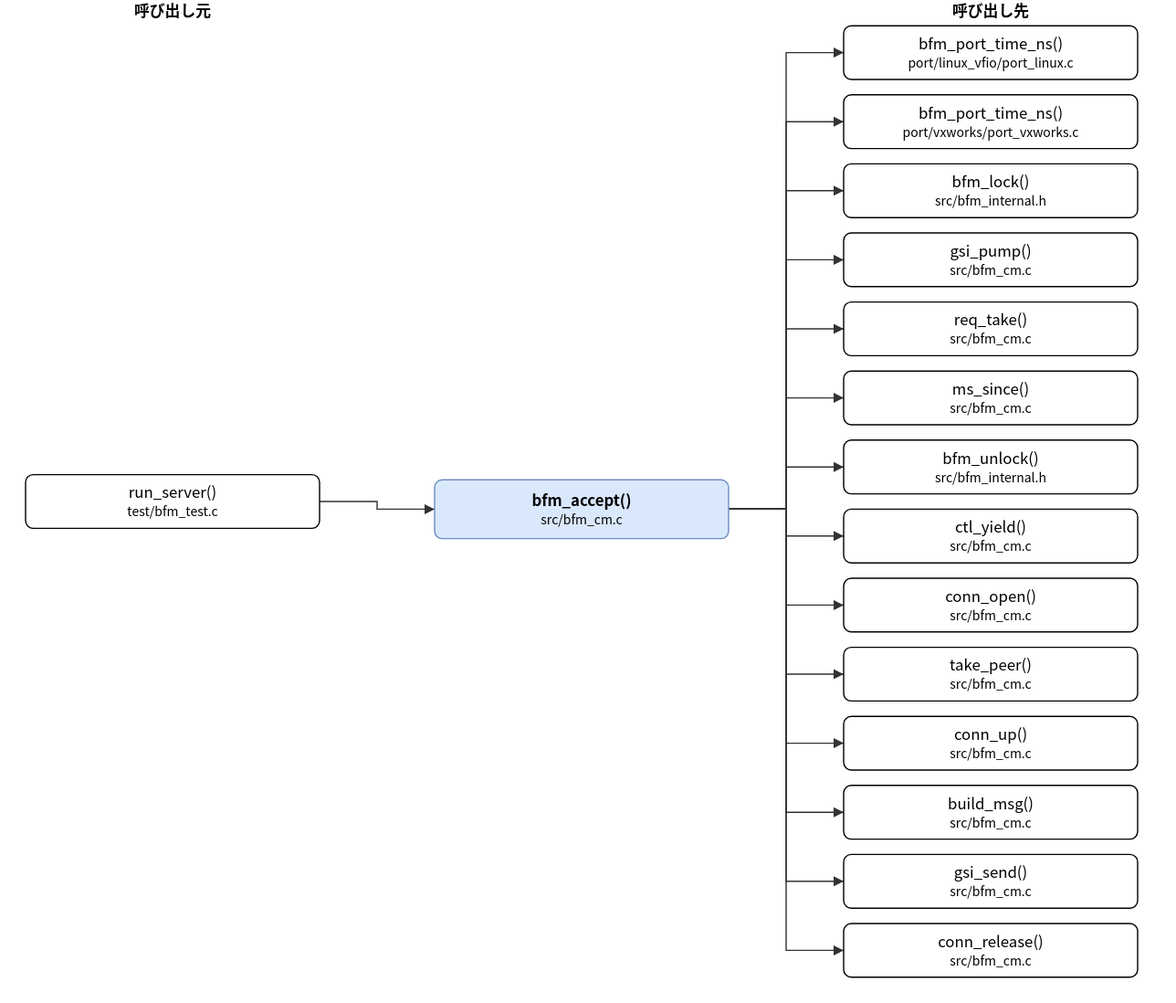
Earlier version of the draw.io export doc/spec/images/call_src_bfm_cm-bfm_accept.drawio.svg (hf355051012-ai/bfmem). Source tidied: cells renumbered, new cells last; positions are measured from the earlier drawing's top-left corner, leaving out a move shared by most shapes.
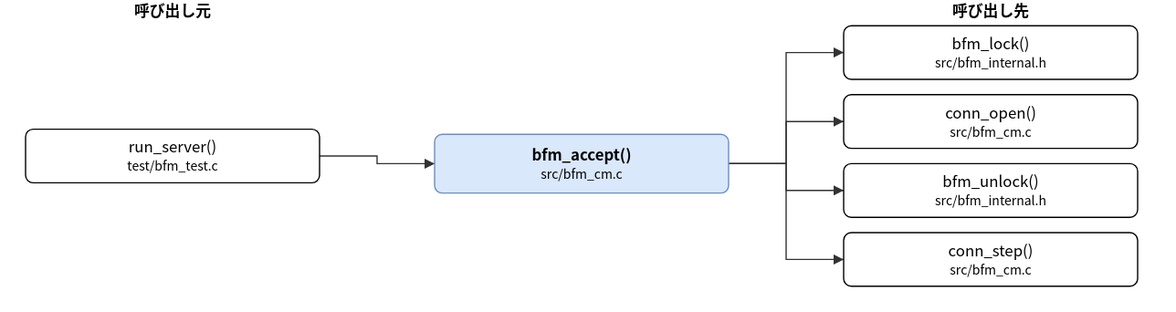
After the change.

Change to the diagram source:
```diff
@@ -3,65 +3,35 @@
     <mxCell id="0" />
     <mxCell id="1" parent="0" />
     <mxCell id="2" value="bfm_accept()&lt;br&gt;&lt;font style=&quot;font-size:10px&quot;&gt;src/bfm_cm.c&lt;/font&gt;" style="rounded=1;whiteSpace=wrap;html=1;fillColor=#dae8fc;strokeColor=#6c8ebf;fontStyle=1;" parent="1" vertex="1">
-      <mxGeometry x="320" y="375" width="230" height="46" as="geometry" />
+      <mxGeometry x="320" y="105" width="230" height="46" as="geometry" />
     </mxCell>
     <mxCell id="3" value="run_server()&lt;br&gt;&lt;font style=&quot;font-size:10px&quot;&gt;test/bfm_test.c&lt;/font&gt;" style="rounded=1;whiteSpace=wrap;html=1;" parent="1" vertex="1">
-      <mxGeometry y="371" width="230" height="42" as="geometry" />
+      <mxGeometry y="101" width="230" height="42" as="geometry" />
     </mxCell>
-    <mxCell id="4" value="bfm_port_time_ns()&lt;br&gt;&lt;font style=&quot;font-size:10px&quot;&gt;port/linux_vfio/port_linux.c&lt;/font&gt;" style="rounded=1;whiteSpace=wrap;html=1;" parent="1" vertex="1">
+    <mxCell id="4" value="bfm_lock()&lt;br&gt;&lt;font style=&quot;font-size:10px&quot;&gt;src/bfm_internal.h&lt;/font&gt;" style="rounded=1;whiteSpace=wrap;html=1;" parent="1" vertex="1">
       <mxGeometry x="640" y="20" width="230" height="42" as="geometry" />
     </mxCell>
-    <mxCell id="5" value="bfm_port_time_ns()&lt;br&gt;&lt;font style=&quot;font-size:10px&quot;&gt;port/vxworks/port_vxworks.c&lt;/font&gt;" style="rounded=1;whiteSpace=wrap;html=1;" parent="1" vertex="1">
+    <mxCell id="5" value="conn_open()&lt;br&gt;&lt;font style=&quot;font-size:10px&quot;&gt;src/bfm_cm.c&lt;/font&gt;" style="rounded=1;whiteSpace=wrap;html=1;" parent="1" vertex="1">
       <mxGeometry x="640" y="74" width="230" height="42" as="geometry" />
     </mxCell>
-    <mxCell id="6" value="bfm_lock()&lt;br&gt;&lt;font style=&quot;font-size:10px&quot;&gt;src/bfm_internal.h&lt;/font&gt;" style="rounded=1;whiteSpace=wrap;html=1;" parent="1" vertex="1">
+    <mxCell id="6" value="bfm_unlock()&lt;br&gt;&lt;font style=&quot;font-size:10px&quot;&gt;src/bfm_internal.h&lt;/font&gt;" style="rounded=1;whiteSpace=wrap;html=1;" parent="1" vertex="1">
       <mxGeometry x="640" y="128" width="230" height="42" as="geometry" />
     </mxCell>
-    <mxCell id="7" value="gsi_pump()&lt;br&gt;&lt;font style=&quot;font-size:10px&quot;&gt;src/bfm_cm.c&lt;/font&gt;" style="rounded=1;whiteSpace=wrap;html=1;" parent="1" vertex="1">
+    <mxCell id="7" value="conn_step()&lt;br&gt;&lt;font style=&quot;font-size:10px&quot;&gt;src/bfm_cm.c&lt;/font&gt;" style="rounded=1;whiteSpace=wrap;html=1;" parent="1" vertex="1">
       <mxGeometry x="640" y="182" width="230" height="42" as="geometry" />
     </mxCell>
-    <mxCell id="8" value="req_take()&lt;br&gt;&lt;font style=&quot;font-size:10px&quot;&gt;src/bfm_cm.c&lt;/font&gt;" style="rounded=1;whiteSpace=wrap;html=1;" parent="1" vertex="1">
-      <mxGeometry x="640" y="236" width="230" height="42" as="geometry" />
-    </mxCell>
-    <mxCell id="9" value="ms_since()&lt;br&gt;&lt;font style=&quot;font-size:10px&quot;&gt;src/bfm_cm.c&lt;/font&gt;" style="rounded=1;whiteSpace=wrap;html=1;" parent="1" vertex="1">
-      <mxGeometry x="640" y="290" width="230" height="42" as="geometry" />
-    </mxCell>
-    <mxCell id="10" value="bfm_unlock()&lt;br&gt;&lt;font style=&quot;font-size:10px&quot;&gt;src/bfm_internal.h&lt;/font&gt;" style="rounded=1;whiteSpace=wrap;html=1;" parent="1" vertex="1">
-      <mxGeometry x="640" y="344" width="230" height="42" as="geometry" />
-    </mxCell>
-    <mxCell id="11" value="ctl_yield()&lt;br&gt;&lt;font style=&quot;font-size:10px&quot;&gt;src/bfm_cm.c&lt;/font&gt;" style="rounded=1;whiteSpace=wrap;html=1;" parent="1" vertex="1">
-      <mxGeometry x="640" y="398" width="230" height="42" as="geometry" />
-    </mxCell>
-    <mxCell id="12" value="conn_open()&lt;br&gt;&lt;font style=&quot;font-size:10px&quot;&gt;src/bfm_cm.c&lt;/font&gt;" style="rounded=1;whiteSpace=wrap;html=1;" parent="1" vertex="1">
-      <mxGeometry x="640" y="452" width="230" height="42" as="geometry" />
-    </mxCell>
-    <mxCell id="13" value="take_peer()&lt;br&gt;&lt;font style=&quot;font-size:10px&quot;&gt;src/bfm_cm.c&lt;/font&gt;" style="rounded=1;whiteSpace=wrap;html=1;" parent="1" vertex="1">
-      <mxGeometry x="640" y="506" width="230" height="42" as="geometry" />
-    </mxCell>
-    <mxCell id="14" value="conn_up()&lt;br&gt;&lt;font style=&quot;font-size:10px&quot;&gt;src/bfm_cm.c&lt;/font&gt;" style="rounded=1;whiteSpace=wrap;html=1;" parent="1" vertex="1">
-      <mxGeometry x="640" y="560" width="230" height="42" as="geometry" />
-    </mxCell>
-    <mxCell id="15" value="build_msg()&lt;br&gt;&lt;font style=&quot;font-size:10px&quot;&gt;src/bfm_cm.c&lt;/font&gt;" style="rounded=1;whiteSpace=wrap;html=1;" parent="1" vertex="1">
-      <mxGeometry x="640" y="614" width="230" height="42" as="geometry" />
-    </mxCell>
-    <mxCell id="16" value="gsi_send()&lt;br&gt;&lt;font style=&quot;font-size:10px&quot;&gt;src/bfm_cm.c&lt;/font&gt;" style="rounded=1;whiteSpace=wrap;html=1;" parent="1" vertex="1">
-      <mxGeometry x="640" y="668" width="230" height="42" as="geometry" />
-    </mxCell>
-    <mxCell id="17" value="conn_release()&lt;br&gt;&lt;font style=&quot;font-size:10px&quot;&gt;src/bfm_cm.c&lt;/font&gt;" style="rounded=1;whiteSpace=wrap;html=1;" parent="1" vertex="1">
-      <mxGeometry x="640" y="722" width="230" height="42" as="geometry" />
-    </mxCell>
     <mxCell id="18" style="edgeStyle=none;html=1;rounded=0;endArrow=block;endFill=1;exitX=1.0000;exitY=0.5000;exitDx=0;exitDy=0;exitPerimeter=0;entryX=0.0000;entryY=0.5000;entryDx=0;entryDy=0;entryPerimeter=0;" parent="1" edge="1" source="3" target="2">
       <mxGeometry relative="1" as="geometry">
         <Array as="points">
-          <mxPoint x="275" y="392" />
-          <mxPoint x="275" y="398" />
+          <mxPoint x="275" y="122" />
+          <mxPoint x="275" y="128" />
         </Array>
       </mxGeometry>
     </mxCell>
     <mxCell id="19" style="edgeStyle=none;html=1;rounded=0;endArrow=block;endFill=1;exitX=1.0000;exitY=0.5000;exitDx=0;exitDy=0;exitPerimeter=0;entryX=0.0000;entryY=0.5000;entryDx=0;entryDy=0;entryPerimeter=0;" parent="1" edge="1" source="2" target="4">
       <mxGeometry relative="1" as="geometry">
         <Array as="points">
-          <mxPoint x="595" y="398" />
+          <mxPoint x="595" y="128" />
           <mxPoint x="595" y="41" />
         </Array>
       </mxGeometry>
@@ -69,7 +39,7 @@
     <mxCell id="20" style="edgeStyle=none;html=1;rounded=0;endArrow=block;endFill=1;exitX=1.0000;exitY=0.5000;exitDx=0;exitDy=0;exitPerimeter=0;entryX=0.0000;entryY=0.5000;entryDx=0;entryDy=0;entryPerimeter=0;" parent="1" edge="1" source="2" target="5">
       <mxGeometry relative="1" as="geometry">
         <Array as="points">
-          <mxPoint x="595" y="398" />
+          <mxPoint x="595" y="128" />
           <mxPoint x="595" y="95" />
         </Array>
       </mxGeometry>
@@ -77,7 +47,7 @@
     <mxCell id="21" style="edgeStyle=none;html=1;rounded=0;endArrow=block;endFill=1;exitX=1.0000;exitY=0.5000;exitDx=0;exitDy=0;exitPerimeter=0;entryX=0.0000;entryY=0.5000;entryDx=0;entryDy=0;entryPerimeter=0;" parent="1" edge="1" source="2" target="6">
       <mxGeometry relative="1" as="geometry">
         <Array as="points">
-          <mxPoint x="595" y="398" />
+          <mxPoint x="595" y="128" />
           <mxPoint x="595" y="149" />
         </Array>
       </mxGeometry>
@@ -85,91 +55,11 @@
     <mxCell id="22" style="edgeStyle=none;html=1;rounded=0;endArrow=block;endFill=1;exitX=1.0000;exitY=0.5000;exitDx=0;exitDy=0;exitPerimeter=0;entryX=0.0000;entryY=0.5000;entryDx=0;entryDy=0;entryPerimeter=0;" parent="1" edge="1" source="2" target="7">
       <mxGeometry relative="1" as="geometry">
         <Array as="points">
-          <mxPoint x="595" y="398" />
+          <mxPoint x="595" y="128" />
           <mxPoint x="595" y="203" />
         </Array>
       </mxGeometry>
     </mxCell>
-    <mxCell id="23" style="edgeStyle=none;html=1;rounded=0;endArrow=block;endFill=1;exitX=1.0000;exitY=0.5000;exitDx=0;exitDy=0;exitPerimeter=0;entryX=0.0000;entryY=0.5000;entryDx=0;entryDy=0;entryPerimeter=0;" parent="1" edge="1" source="2" target="8">
-      <mxGeometry relative="1" as="geometry">
-        <Array as="points">
-          <mxPoint x="595" y="398" />
-          <mxPoint x="595" y="257" />
-        </Array>
-      </mxGeometry>
-    </mxCell>
-    <mxCell id="24" style="edgeStyle=none;html=1;rounded=0;endArrow=block;endFill=1;exitX=1.0000;exitY=0.5000;exitDx=0;exitDy=0;exitPerimeter=0;entryX=0.0000;entryY=0.5000;entryDx=0;entryDy=0;entryPerimeter=0;" parent="1" edge="1" source="2" target="9">
-      <mxGeometry relative="1" as="geometry">
-        <Array as="points">
-          <mxPoint x="595" y="398" />
-          <mxPoint x="595" y="311" />
-        </Array>
-      </mxGeometry>
-    </mxCell>
-    <mxCell id="25" style="edgeStyle=none;html=1;rounded=0;endArrow=block;endFill=1;exitX=1.0000;exitY=0.5000;exitDx=0;exitDy=0;exitPerimeter=0;entryX=0.0000;entryY=0.5000;entryDx=0;entryDy=0;entryPerimeter=0;" parent="1" edge="1" source="2" target="10">
-      <mxGeometry relative="1" as="geometry">
-        <Array as="points">
-          <mxPoint x="595" y="398" />
-          <mxPoint x="595" y="365" />
-        </Array>
-      </mxGeometry>
-    </mxCell>
-    <mxCell id="26" style="edgeStyle=none;html=1;rounded=0;endArrow=block;endFill=1;exitX=1.0000;exitY=0.5000;exitDx=0;exitDy=0;exitPerimeter=0;entryX=0.0000;entryY=0.5000;entryDx=0;entryDy=0;entryPerimeter=0;" parent="1" edge="1" source="2" target="11">
-      <mxGeometry relative="1" as="geometry">
-        <Array as="points">
-          <mxPoint x="595" y="398" />
-          <mxPoint x="595" y="419" />
-        </Array>
-      </mxGeometry>
-    </mxCell>
-    <mxCell id="27" style="edgeStyle=none;html=1;rounded=0;endArrow=block;endFill=1;exitX=1.0000;exitY=0.5000;exitDx=0;exitDy=0;exitPerimeter=0;entryX=0.0000;entryY=0.5000;entryDx=0;entryDy=0;entryPerimeter=0;" parent="1" edge="1" source="2" target="12">
-      <mxGeometry relative="1" as="geometry">
-        <Array as="points">
-          <mxPoint x="595" y="398" />
-          <mxPoint x="595" y="473" />
-        </Array>
-      </mxGeometry>
-    </mxCell>
-    <mxCell id="28" style="edgeStyle=none;html=1;rounded=0;endArrow=block;endFill=1;exitX=1.0000;exitY=0.5000;exitDx=0;exitDy=0;exitPerimeter=0;entryX=0.0000;entryY=0.5000;entryDx=0;entryDy=0;entryPerimeter=0;" parent="1" edge="1" source="2" target="13">
-      <mxGeometry relative="1" as="geometry">
-        <Array as="points">
-          <mxPoint x="595" y="398" />
-          <mxPoint x="595" y="527" />
-        </Array>
-      </mxGeometry>
-    </mxCell>
-    <mxCell id="29" style="edgeStyle=none;html=1;rounded=0;endArrow=block;endFill=1;exitX=1.0000;exitY=0.5000;exitDx=0;exitDy=0;exitPerimeter=0;entryX=0.0000;entryY=0.5000;entryDx=0;entryDy=0;entryPerimeter=0;" parent="1" edge="1" source="2" target="14">
-      <mxGeometry relative="1" as="geometry">
-        <Array as="points">
-          <mxPoint x="595" y="398" />
-          <mxPoint x="595" y="581" />
-        </Array>
-      </mxGeometry>
-    </mxCell>
-    <mxCell id="30" style="edgeStyle=none;html=1;rounded=0;endArrow=block;endFill=1;exitX=1.0000;exitY=0.5000;exitDx=0;exitDy=0;exitPerimeter=0;entryX=0.0000;entryY=0.5000;entryDx=0;entryDy=0;entryPerimeter=0;" parent="1" edge="1" source="2" target="15">
-      <mxGeometry relative="1" as="geometry">
-        <Array as="points">
-          <mxPoint x="595" y="398" />
-          <mxPoint x="595" y="635" />
-        </Array>
-      </mxGeometry>
-    </mxCell>
-    <mxCell id="31" style="edgeStyle=none;html=1;rounded=0;endArrow=block;endFill=1;exitX=1.0000;exitY=0.5000;exitDx=0;exitDy=0;exitPerimeter=0;entryX=0.0000;entryY=0.5000;entryDx=0;entryDy=0;entryPerimeter=0;" parent="1" edge="1" source="2" target="16">
-      <mxGeometry relative="1" as="geometry">
-        <Array as="points">
-          <mxPoint x="595" y="398" />
-          <mxPoint x="595" y="689" />
-        </Array>
-      </mxGeometry>
-    </mxCell>
-    <mxCell id="32" style="edgeStyle=none;html=1;rounded=0;endArrow=block;endFill=1;exitX=1.0000;exitY=0.5000;exitDx=0;exitDy=0;exitPerimeter=0;entryX=0.0000;entryY=0.5000;entryDx=0;entryDy=0;entryPerimeter=0;" parent="1" edge="1" source="2" target="17">
-      <mxGeometry relative="1" as="geometry">
-        <Array as="points">
-          <mxPoint x="595" y="398" />
-          <mxPoint x="595" y="743" />
-        </Array>
-      </mxGeometry>
-    </mxCell>
     <mxCell id="33" value="呼び出し元" style="text;html=1;align=center;fontStyle=1;" parent="1" vertex="1">
       <mxGeometry x="35" width="160" height="18" as="geometry" />
     </mxCell>
```
